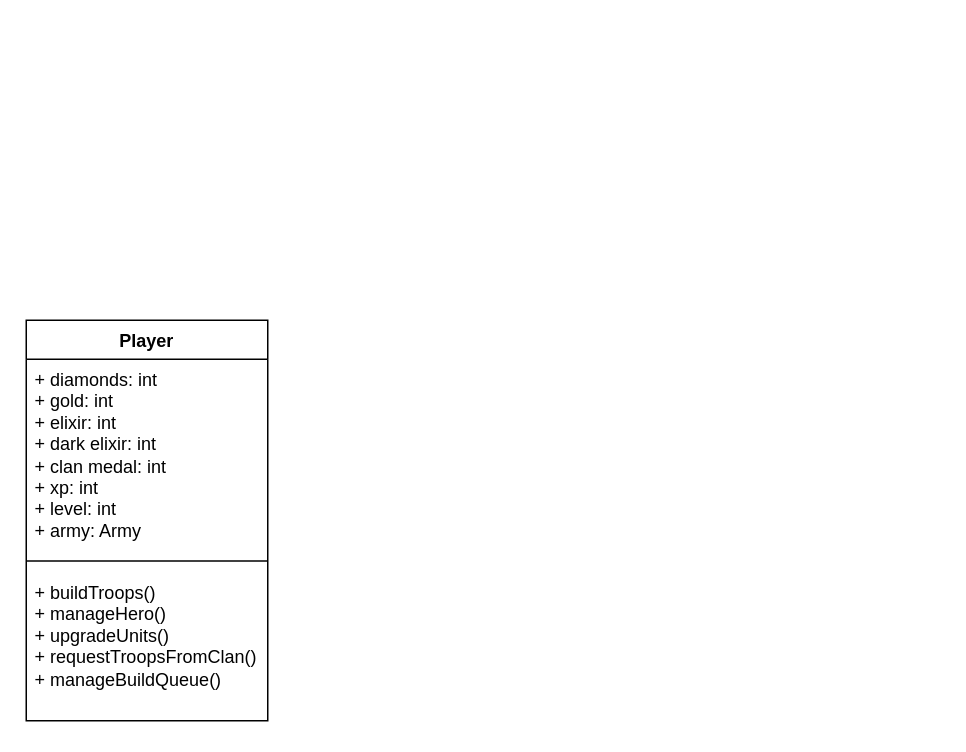
Before: Defense and Attack/Class Diagram.drawio in Pooria82/clash-of-clans, a draw.io diagram. Source tidied: cells renumbered, new cells numbered last; positions are measured from the earlier drawing's top-left corner, leaving out a move shared by most shapes. Both pictures are drawn from the tidied source at 150%, with x=0, y=0 at pixel (26, 320).
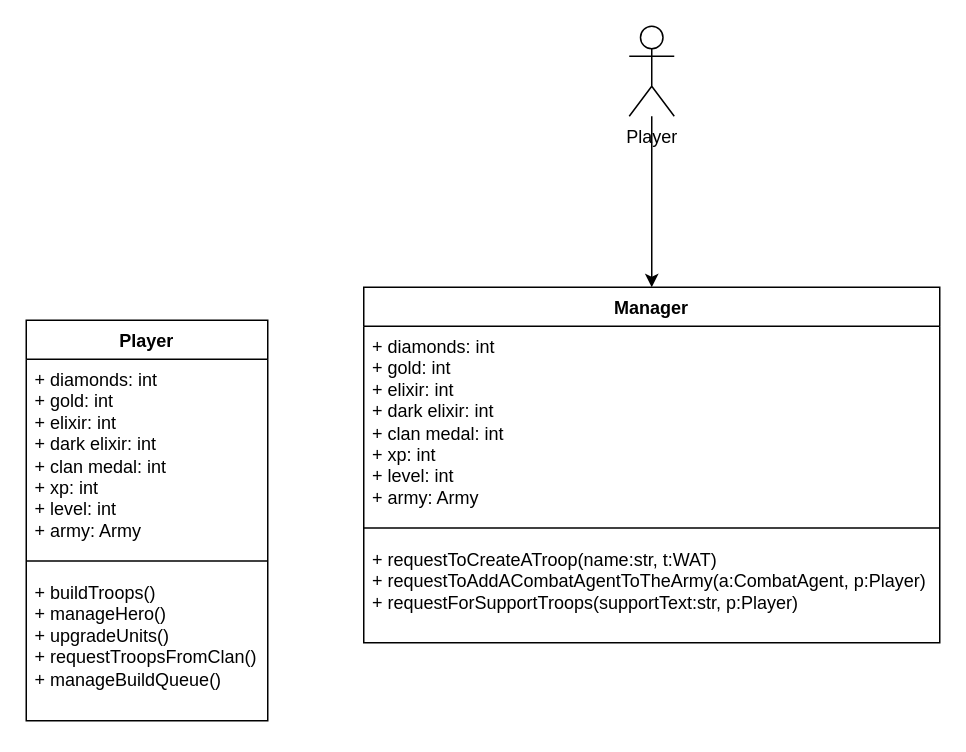
The same diagram, later.

Diff of the diagram source:
```diff
@@
 <mxGraphModel>
   <root>
     <mxCell id="0" />
     <mxCell id="1" parent="0" />
     <mxCell id="2" value="Player" style="swimlane;fontStyle=1;align=center;verticalAlign=top;horizontal=1;startSize=26;whiteSpace=wrap;html=1;" parent="1" vertex="1">
       <mxGeometry width="161" height="267" as="geometry" />
     </mxCell>
     <mxCell id="3" value="+ diamonds: int&lt;div&gt;+ gold: int&lt;/div&gt;&lt;div&gt;+ elixir: int&lt;/div&gt;&lt;div&gt;+ dark elixir: int&lt;/div&gt;&lt;div&gt;+ clan medal: int&lt;/div&gt;&lt;div&gt;+ xp: int&lt;/div&gt;&lt;div&gt;+ level: int&lt;/div&gt;&lt;div&gt;+ army: Army&lt;/div&gt;" style="text;strokeColor=none;fillColor=none;align=left;verticalAlign=top;spacingLeft=4;spacingRight=4;overflow=hidden;whiteSpace=wrap;html=1;" parent="2" vertex="1">
       <mxGeometry y="26" width="161" height="127" as="geometry" />
     </mxCell>
     <mxCell id="4" style="line;strokeWidth=1;fillColor=none;align=left;verticalAlign=middle;spacingTop=-1;spacingLeft=3;spacingRight=3;labelPosition=right;strokeColor=inherit;" parent="2" vertex="1">
       <mxGeometry y="153" width="161" height="15" as="geometry" />
     </mxCell>
     <mxCell id="5" value="+ buildTroops()&lt;div&gt;+ manageHero()&lt;/div&gt;&lt;div&gt;+ upgradeUnits()&lt;/div&gt;&lt;div&gt;+ requestTroopsFromClan()&lt;/div&gt;&lt;div&gt;+ manageBuildQueue()&lt;/div&gt;" style="text;strokeColor=none;fillColor=none;align=left;verticalAlign=top;spacingLeft=4;spacingRight=4;overflow=hidden;whiteSpace=wrap;html=1;" parent="2" vertex="1">
       <mxGeometry y="168" width="161" height="99" as="geometry" />
     </mxCell>
+    <mxCell id="6" value="Player" style="shape=umlActor;verticalLabelPosition=bottom;verticalAlign=top;html=1;outlineConnect=0;" parent="1" vertex="1">
+      <mxGeometry x="402" y="-196" width="30" height="60" as="geometry" />
+    </mxCell>
+    <mxCell id="7" style="edgeStyle=orthogonalEdgeStyle;rounded=0;jettySize=auto;html=1;exitX=0.5;exitY=0;exitDx=0;exitDy=0;endArrow=none;endFill=0;startArrow=classic;startFill=1;" parent="1" edge="1" source="8" target="6">
+      <mxGeometry relative="1" as="geometry" />
+    </mxCell>
+    <mxCell id="8" value="Manager" style="swimlane;fontStyle=1;align=center;verticalAlign=top;horizontal=1;startSize=26;whiteSpace=wrap;html=1;" parent="1" vertex="1">
+      <mxGeometry x="225" y="-22" width="384" height="237" as="geometry" />
+    </mxCell>
+    <mxCell id="9" value="+ diamonds: int&lt;div&gt;+ gold: int&lt;/div&gt;&lt;div&gt;+ elixir: int&lt;/div&gt;&lt;div&gt;+ dark elixir: int&lt;/div&gt;&lt;div&gt;+ clan medal: int&lt;/div&gt;&lt;div&gt;+ xp: int&lt;/div&gt;&lt;div&gt;+ level: int&lt;/div&gt;&lt;div&gt;+ army: Army&lt;/div&gt;" style="text;strokeColor=none;fillColor=none;align=left;verticalAlign=top;spacingLeft=4;spacingRight=4;overflow=hidden;whiteSpace=wrap;html=1;" parent="8" vertex="1">
+      <mxGeometry y="26" width="384" height="127" as="geometry" />
+    </mxCell>
+    <mxCell id="10" style="line;strokeWidth=1;fillColor=none;align=left;verticalAlign=middle;spacingTop=-1;spacingLeft=3;spacingRight=3;labelPosition=right;strokeColor=inherit;" parent="8" vertex="1">
+      <mxGeometry y="153" width="384" height="15" as="geometry" />
+    </mxCell>
+    <mxCell id="11" value="+ requestToCreateATroop(name:str, t:WAT)&lt;div&gt;+ requestToAddACombatAgentToTheArmy(a:&lt;span style=&quot;background-color: initial;&quot;&gt;CombatAgent, p:Player&lt;/span&gt;&lt;span style=&quot;background-color: initial;&quot;&gt;)&lt;/span&gt;&lt;/div&gt;&lt;div&gt;+ requestForSupportTroops(s&lt;span style=&quot;background-color: initial;&quot;&gt;upportText:str, p:Player&lt;/span&gt;&lt;span style=&quot;background-color: initial;&quot;&gt;)&lt;/span&gt;&lt;/div&gt;&lt;div&gt;&lt;br&gt;&lt;/div&gt;" style="text;strokeColor=none;fillColor=none;align=left;verticalAlign=top;spacingLeft=4;spacingRight=4;overflow=hidden;whiteSpace=wrap;html=1;" parent="8" vertex="1">
+      <mxGeometry y="168" width="384" height="69" as="geometry" />
+    </mxCell>
   </root>
 </mxGraphModel>
```
